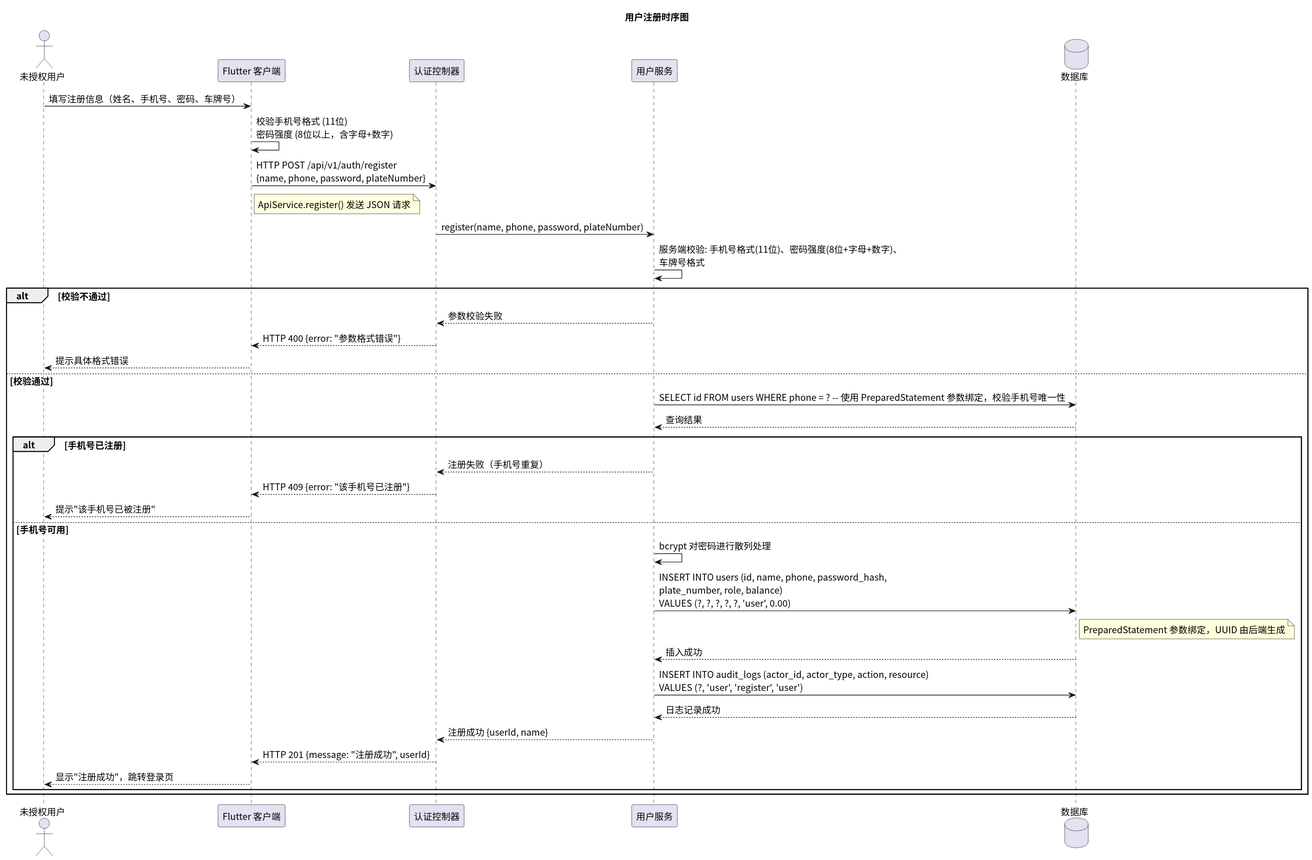
Before: time/img/sequence_register.svg, a diagram exported from PlantUML (greenhandzdl/charging-station-doc).
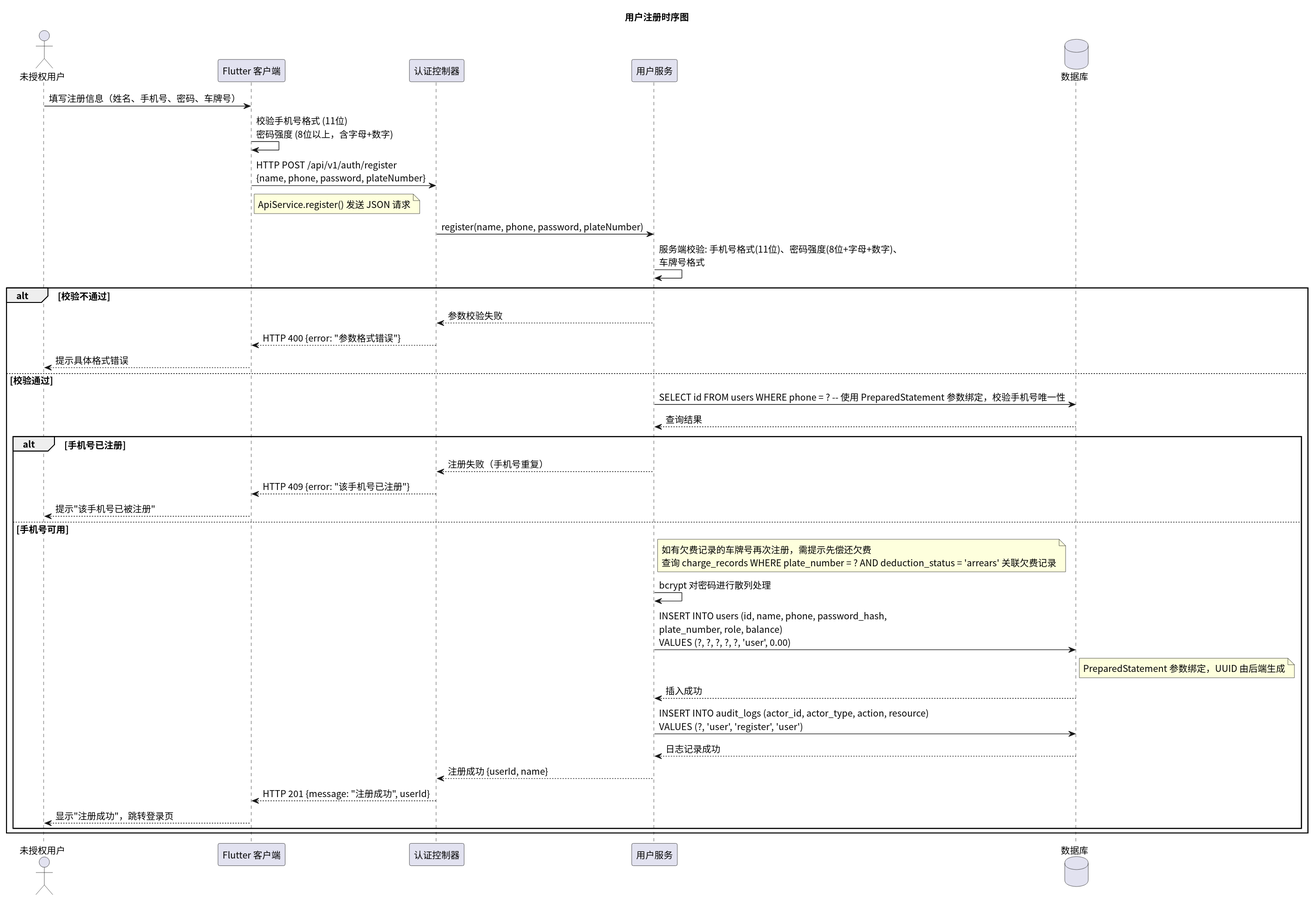
The same file after the commit.

The edit, as a diff of the source:
```diff
@@ -32,6 +32,7 @@
   Ctrl --> FE: HTTP 409 {error: "该手机号已注册"}
   FE --> U: 提示"该手机号已被注册"
 else 手机号可用
+  note right US : 如有欠费记录的车牌号再次注册，需提示先偿还欠费\n查询 charge_records WHERE plate_number = ? AND deduction_status = 'arrears' 关联欠费记录
   US -> US: bcrypt 对密码进行散列处理
   US -> DB: INSERT INTO users (id, name, phone, password_hash,\nplate_number, role, balance)\nVALUES (?, ?, ?, ?, ?, 'user', 0.00)
   note right DB : PreparedStatement 参数绑定，UUID 由后端生成
```
